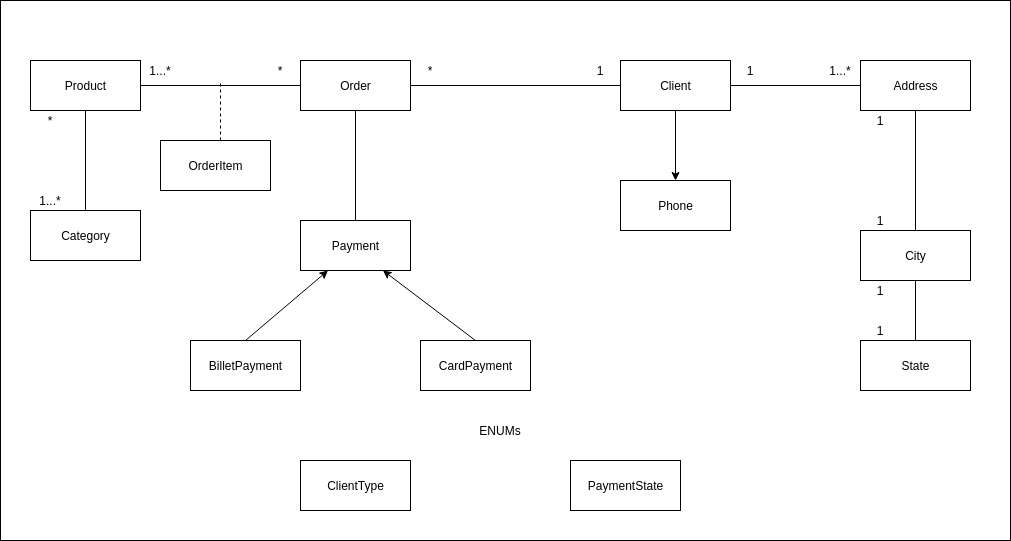
Earlier version of the draw.io export src/main/resources/Model.png (rsanto27/scaffold-java-docker-spring). Source tidied: cells renumbered, new cells last; positions are measured from the earlier drawing's top-left corner, leaving out a move shared by most shapes.
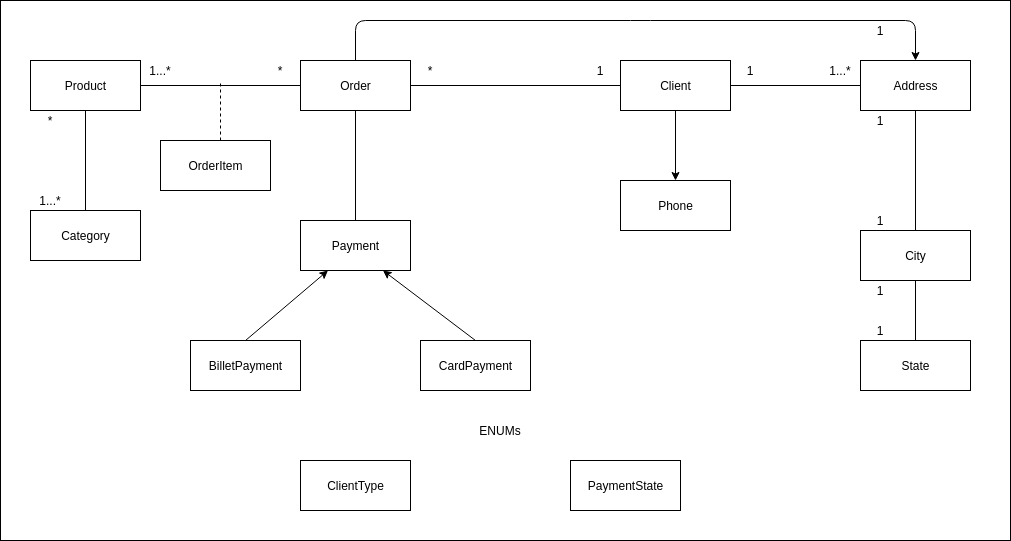
Above is the later version.

What changed in the source:
```diff
@@ -127,5 +127,17 @@
     <mxCell id="41" value="PaymentState&lt;br&gt;" style="html=1;" parent="1" vertex="1">
       <mxGeometry x="570" y="460" width="110" height="50" as="geometry" />
     </mxCell>
+    <mxCell id="42" style="endArrow=classic;html=1;" parent="1" edge="1" source="4" target="27">
+      <mxGeometry relative="1" as="geometry">
+        <Array as="points">
+          <mxPoint x="355" y="20" />
+          <mxPoint x="640" y="20" />
+          <mxPoint x="915" y="20" />
+        </Array>
+      </mxGeometry>
+    </mxCell>
+    <mxCell id="43" value="1" style="text;html=1;strokeColor=none;fillColor=none;align=center;verticalAlign=middle;whiteSpace=wrap;rounded=0;" parent="1" vertex="1">
+      <mxGeometry x="860" y="20" width="40" height="20" as="geometry" />
+    </mxCell>
   </root>
 </mxGraphModel>
```
